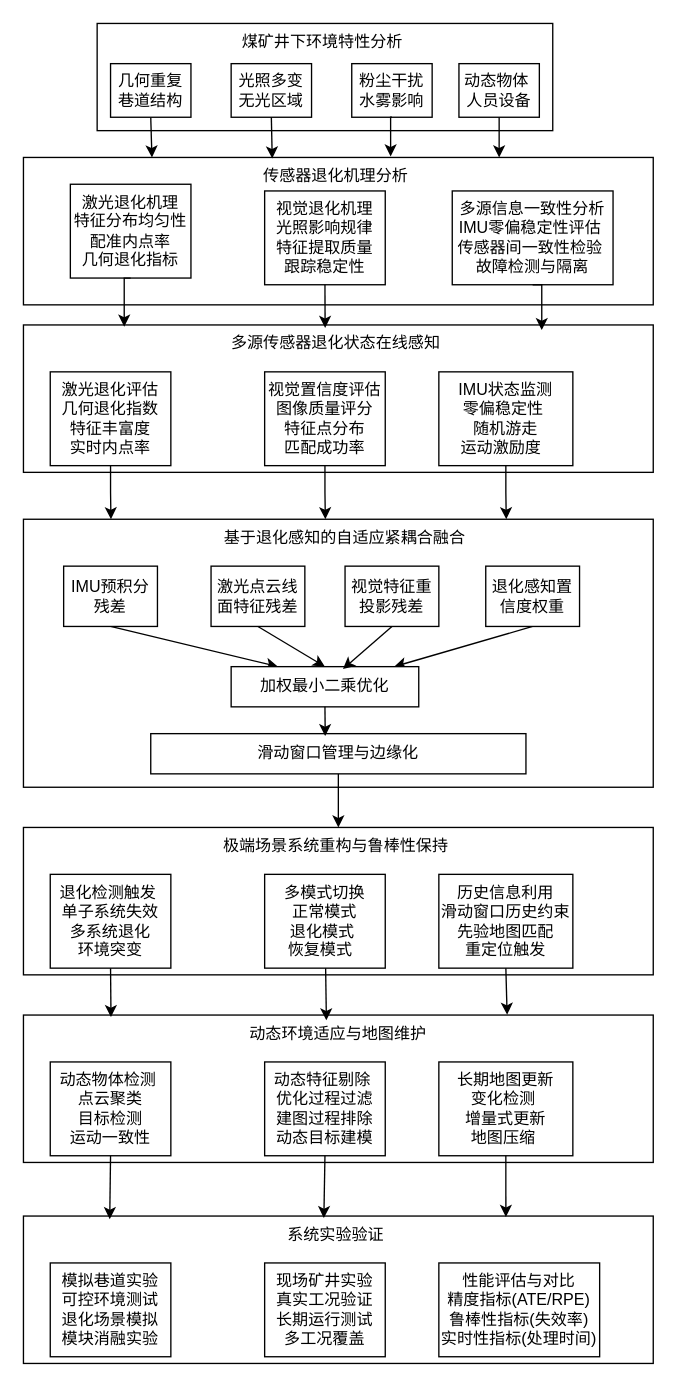
The draw.io diagram Untitled Diagram.drawio in rstallman/algs4, before the edit. Source tidied: cells renumbered, new cells numbered last; positions are measured from the earlier drawing's top-left corner, leaving out a move shared by most shapes. Both pictures are drawn from the tidied source at 134%, with x=0, y=0 at pixel (23, 23).
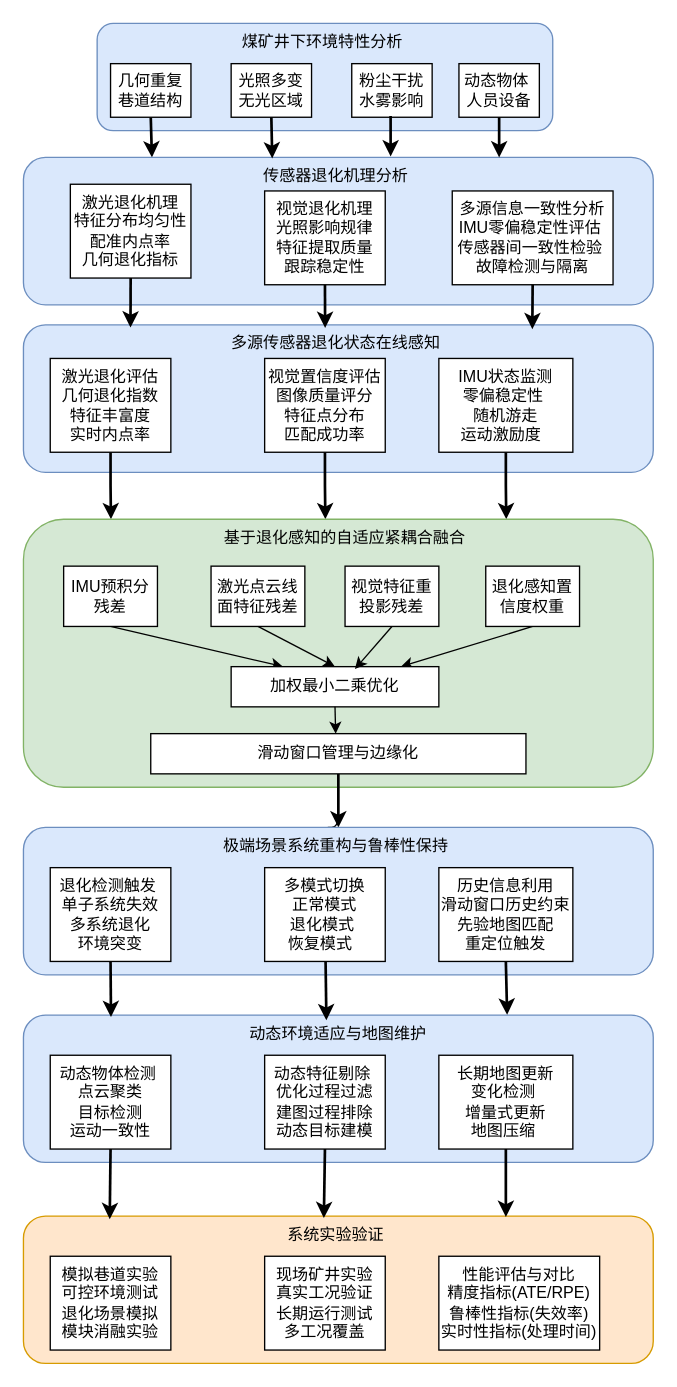
The same page after the edit.

Commit message:
fixed a typo, and adjust styles

The change refers to these unchanged cells:
```xml
<mxCell id="4" value="几何重复巷道结构" style="rounded=0;whiteSpace=wrap;html=1;" parent="1" vertex="1">
  <mxGeometry x="65" y="30" width="60" height="40" as="geometry" />
</mxCell>
<mxCell id="6" value="光照多变&lt;div&gt;无光区域&lt;/div&gt;" style="rounded=0;whiteSpace=wrap;html=1;" parent="1" vertex="1">
  <mxGeometry x="155" y="30" width="60" height="40" as="geometry" />
</mxCell>
<mxCell id="7" value="粉尘干扰&lt;div&gt;水雾影响&lt;/div&gt;" style="rounded=0;whiteSpace=wrap;html=1;" parent="1" vertex="1">
  <mxGeometry x="245" y="30" width="60" height="40" as="geometry" />
</mxCell>
<mxCell id="8" value="动态物体&amp;nbsp;&lt;div&gt;人员设备&lt;/div&gt;" style="rounded=0;whiteSpace=wrap;html=1;" parent="1" vertex="1">
  <mxGeometry x="325" y="30" width="60" height="40" as="geometry" />
</mxCell>
<mxCell id="10" value="激光退化机理&lt;div&gt;特征分布均匀性&lt;/div&gt;&lt;div&gt;配准内点率&lt;/div&gt;&lt;div&gt;几何退化指标&lt;/div&gt;" style="rounded=0;whiteSpace=wrap;html=1;" parent="1" vertex="1">
  <mxGeometry x="35" y="120" width="90" height="70" as="geometry" />
</mxCell>
<mxCell id="11" value="视觉退化机理&lt;div&gt;光照影响规律&lt;/div&gt;&lt;div&gt;特征提取质量&lt;/div&gt;&lt;div&gt;跟踪稳定性&lt;/div&gt;" style="rounded=0;whiteSpace=wrap;html=1;" parent="1" vertex="1">
  <mxGeometry x="180" y="125" width="90" height="70" as="geometry" />
</mxCell>
<mxCell id="12" value="多源信息一致性分析&lt;div&gt;IMU零偏稳定性评估&amp;nbsp;&lt;/div&gt;&lt;div&gt;传感器间一致性检验&amp;nbsp;&lt;/div&gt;&lt;div&gt;故障检测与隔离&lt;/div&gt;" style="rounded=0;whiteSpace=wrap;html=1;" parent="1" vertex="1">
  <mxGeometry x="320" y="125" width="120" height="70" as="geometry" />
</mxCell>
<mxCell id="36" value="滑动窗口管理与边缘化" style="rounded=0;whiteSpace=wrap;html=1;" parent="1" vertex="1">
  <mxGeometry x="95" y="530" width="280" height="30" as="geometry" />
</mxCell>
```

What changed in the source:
```diff
@@
-    <mxCell id="2" value="煤矿井下环境特性分析&amp;nbsp;&lt;div&gt;&amp;nbsp;&lt;/div&gt;" style="rounded=15;whiteSpace=wrap;html=1;verticalAlign=top;" parent="1" vertex="1">
+    <mxCell id="2" value="煤矿井下环境特性分析&amp;nbsp;&lt;div&gt;&amp;nbsp;&lt;/div&gt;" style="rounded=1;whiteSpace=wrap;html=1;verticalAlign=top;fillColor=#dae8fc;strokeColor=#6c8ebf;" parent="1" vertex="1">
       <mxGeometry x="55" width="340" height="80" as="geometry" />
     </mxCell>
-    <mxCell id="3" style="edgeStyle=orthogonalEdgeStyle;rounded=0;jettySize=auto;html=1;exitX=0.5;exitY=1;exitDx=0;exitDy=0;entryX=0.204;entryY=0;entryDx=0;entryDy=0;entryPerimeter=0;" parent="1" edge="1" source="4" target="9">
+    <mxCell id="3" style="edgeStyle=orthogonalEdgeStyle;rounded=0;jettySize=auto;html=1;exitX=0.5;exitY=1;exitDx=0;exitDy=0;entryX=0.204;entryY=0;entryDx=0;entryDy=0;entryPerimeter=0;strokeWidth=2;" parent="1" edge="1" source="4" target="9">
       <mxGeometry relative="1" as="geometry" />
     </mxCell>
@@
-    <mxCell id="9" value="传感器退化机理分析&amp;nbsp;&lt;div&gt;&amp;nbsp;&lt;/div&gt;" style="rounded=50;whiteSpace=wrap;html=1;verticalAlign=top;" parent="1" vertex="1">
+    <mxCell id="9" value="传感器退化机理分析&amp;nbsp;&lt;div&gt;&amp;nbsp;&lt;/div&gt;" style="rounded=1;whiteSpace=wrap;html=1;verticalAlign=top;fillColor=#dae8fc;strokeColor=#6c8ebf;" parent="1" vertex="1">
       <mxGeometry y="100" width="470" height="110" as="geometry" />
     </mxCell>
@@
-    <mxCell id="13" style="edgeStyle=orthogonalEdgeStyle;rounded=0;jettySize=auto;html=1;exitX=0.5;exitY=1;exitDx=0;exitDy=0;entryX=0.395;entryY=0.007;entryDx=0;entryDy=0;entryPerimeter=0;" parent="1" edge="1" source="6" target="9">
+    <mxCell id="13" style="edgeStyle=orthogonalEdgeStyle;rounded=0;jettySize=auto;html=1;exitX=0.5;exitY=1;exitDx=0;exitDy=0;entryX=0.395;entryY=0.007;entryDx=0;entryDy=0;entryPerimeter=0;strokeWidth=2;" parent="1" edge="1" source="6" target="9">
       <mxGeometry relative="1" as="geometry" />
     </mxCell>
-    <mxCell id="14" style="edgeStyle=orthogonalEdgeStyle;rounded=0;jettySize=auto;html=1;exitX=0.5;exitY=1;exitDx=0;exitDy=0;entryX=0.583;entryY=-0.007;entryDx=0;entryDy=0;entryPerimeter=0;" parent="1" edge="1" source="7" target="9">
+    <mxCell id="14" style="edgeStyle=orthogonalEdgeStyle;rounded=0;jettySize=auto;html=1;exitX=0.5;exitY=1;exitDx=0;exitDy=0;entryX=0.583;entryY=-0.007;entryDx=0;entryDy=0;entryPerimeter=0;strokeWidth=2;" parent="1" edge="1" source="7" target="9">
       <mxGeometry relative="1" as="geometry" />
     </mxCell>
-    <mxCell id="15" style="edgeStyle=orthogonalEdgeStyle;rounded=0;jettySize=auto;html=1;exitX=0.5;exitY=1;exitDx=0;exitDy=0;" parent="1" edge="1" source="8">
+    <mxCell id="15" style="edgeStyle=orthogonalEdgeStyle;rounded=0;jettySize=auto;html=1;exitX=0.5;exitY=1;exitDx=0;exitDy=0;strokeWidth=2;" parent="1" edge="1" source="8">
       <mxGeometry relative="1" as="geometry">
         <mxPoint x="355" y="100" as="targetPoint" />
       </mxGeometry>
     </mxCell>
-    <mxCell id="16" value="多源传感器退化状态在线感知&amp;nbsp;" style="rounded=0;whiteSpace=wrap;html=1;verticalAlign=top;" parent="1" vertex="1">
+    <mxCell id="16" value="多源传感器退化状态在线感知&amp;nbsp;" style="rounded=1;whiteSpace=wrap;html=1;verticalAlign=top;fillColor=#dae8fc;strokeColor=#6c8ebf;" parent="1" vertex="1">
       <mxGeometry y="225" width="470" height="110" as="geometry" />
     </mxCell>
-    <mxCell id="17" style="edgeStyle=orthogonalEdgeStyle;rounded=0;jettySize=auto;html=1;exitX=0.5;exitY=1;exitDx=0;exitDy=0;" parent="1" edge="1" source="18">
+    <mxCell id="17" style="edgeStyle=orthogonalEdgeStyle;rounded=0;jettySize=auto;html=1;exitX=0.5;exitY=1;exitDx=0;exitDy=0;strokeWidth=2;" parent="1" edge="1" source="18">
       <mxGeometry relative="1" as="geometry">
         <mxPoint x="65.3" y="370" as="targetPoint" />
       </mxGeometry>
     </mxCell>
     <mxCell id="18" value="激光退化评估&lt;div&gt;几何退化指数&lt;/div&gt;&lt;div&gt;特征丰富度&lt;/div&gt;&lt;div&gt;实时内点率&lt;/div&gt;" style="rounded=0;whiteSpace=wrap;html=1;" parent="1" vertex="1">
-      <mxGeometry x="20" y="260" width="90" height="70" as="geometry" />
+      <mxGeometry x="20" y="250" width="90" height="70" as="geometry" />
     </mxCell>
-    <mxCell id="19" style="edgeStyle=orthogonalEdgeStyle;rounded=0;jettySize=auto;html=1;exitX=0.5;exitY=1;exitDx=0;exitDy=0;" parent="1" edge="1" source="20">
+    <mxCell id="19" style="edgeStyle=orthogonalEdgeStyle;rounded=0;jettySize=auto;html=1;exitX=0.5;exitY=1;exitDx=0;exitDy=0;strokeWidth=2;" parent="1" edge="1" source="20">
       <mxGeometry relative="1" as="geometry">
         <mxPoint x="225.3" y="370" as="targetPoint" />
       </mxGeometry>
     </mxCell>
     <mxCell id="20" value="视觉置信度评估&lt;div&gt;图像质量评分&lt;/div&gt;&lt;div&gt;特征点分布&lt;/div&gt;&lt;div&gt;匹配成功率&lt;/div&gt;" style="rounded=0;whiteSpace=wrap;html=1;" parent="1" vertex="1">
-      <mxGeometry x="180" y="260" width="90" height="70" as="geometry" />
+      <mxGeometry x="180" y="250" width="90" height="70" as="geometry" />
     </mxCell>
-    <mxCell id="21" style="edgeStyle=orthogonalEdgeStyle;rounded=0;jettySize=auto;html=1;exitX=0.5;exitY=1;exitDx=0;exitDy=0;" parent="1" edge="1" source="22">
+    <mxCell id="21" style="edgeStyle=orthogonalEdgeStyle;rounded=0;jettySize=auto;html=1;exitX=0.5;exitY=1;exitDx=0;exitDy=0;strokeWidth=2;" parent="1" edge="1" source="22">
       <mxGeometry relative="1" as="geometry">
         <mxPoint x="360.3" y="370" as="targetPoint" />
       </mxGeometry>
     </mxCell>
     <mxCell id="22" value="IMU状态监测&lt;div&gt;零偏稳定性&amp;nbsp;&lt;/div&gt;&lt;div&gt;随机游走&lt;/div&gt;&lt;div&gt;运动激励度&amp;nbsp;&amp;nbsp;&lt;/div&gt;" style="rounded=0;whiteSpace=wrap;html=1;" parent="1" vertex="1">
-      <mxGeometry x="310" y="260" width="100" height="70" as="geometry" />
+      <mxGeometry x="310" y="250" width="100" height="70" as="geometry" />
     </mxCell>
-    <mxCell id="23" style="edgeStyle=orthogonalEdgeStyle;rounded=0;jettySize=auto;html=1;exitX=0.5;exitY=1;exitDx=0;exitDy=0;entryX=0.16;entryY=0.012;entryDx=0;entryDy=0;entryPerimeter=0;" parent="1" edge="1" source="10" target="16">
-      <mxGeometry relative="1" as="geometry" />
-    </mxCell>
-    <mxCell id="24" style="edgeStyle=orthogonalEdgeStyle;rounded=0;jettySize=auto;html=1;exitX=0.5;exitY=1;exitDx=0;exitDy=0;entryX=0.479;entryY=0.02;entryDx=0;entryDy=0;entryPerimeter=0;" parent="1" edge="1" source="11" target="16">
+    <mxCell id="24" style="edgeStyle=orthogonalEdgeStyle;rounded=0;jettySize=auto;html=1;exitX=0.5;exitY=1;exitDx=0;exitDy=0;entryX=0.479;entryY=0.02;entryDx=0;entryDy=0;entryPerimeter=0;strokeWidth=2;" parent="1" edge="1" source="11" target="16">
       <mxGeometry relative="1" as="geometry" />
     </mxCell>
-    <mxCell id="25" style="edgeStyle=orthogonalEdgeStyle;rounded=0;jettySize=auto;html=1;exitX=0.5;exitY=1;exitDx=0;exitDy=0;entryX=0.823;entryY=0.035;entryDx=0;entryDy=0;entryPerimeter=0;" parent="1" edge="1" source="12" target="16">
-      <mxGeometry relative="1" as="geometry" />
-    </mxCell>
+    <mxCell id="57" style="edgeStyle=orthogonalEdgeStyle;rounded=1;jettySize=auto;html=1;" parent="1" edge="1" source="26" target="41">
+      <mxGeometry relative="1" as="geometry" />
+    </mxCell>
-    <mxCell id="26" value="&amp;nbsp; &amp;nbsp; &amp;nbsp;基于退化感知的自适应紧耦合融合&amp;nbsp;&amp;nbsp;" style="rounded=0;whiteSpace=wrap;html=1;verticalAlign=top;" parent="1" vertex="1">
+    <mxCell id="26" value="&amp;nbsp; &amp;nbsp; &amp;nbsp;基于退化感知的自适应紧耦合融合&amp;nbsp;&amp;nbsp;" style="rounded=1;whiteSpace=wrap;html=1;verticalAlign=top;fillColor=#d5e8d4;strokeColor=#82b366;" parent="1" vertex="1">
       <mxGeometry y="370" width="470" height="200" as="geometry" />
     </mxCell>
@@
     <mxCell id="34" value="加权最小二乘优化" style="rounded=0;whiteSpace=wrap;html=1;" parent="1" vertex="1">
-      <mxGeometry x="155" y="480" width="140" height="30" as="geometry" />
+      <mxGeometry x="155" y="480" width="155" height="30" as="geometry" />
     </mxCell>
-    <mxCell id="35" style="edgeStyle=none;rounded=0;jettySize=auto;html=1;exitX=0.5;exitY=1;exitDx=0;exitDy=0;entryX=0.5;entryY=0;entryDx=0;entryDy=0;" parent="1" edge="1" source="36" target="39">
+    <mxCell id="35" style="edgeStyle=none;rounded=0;jettySize=auto;html=1;exitX=0.5;exitY=1;exitDx=0;exitDy=0;entryX=0.5;entryY=0;entryDx=0;entryDy=0;strokeWidth=2;" parent="1" edge="1" source="36" target="39">
       <mxGeometry relative="1" as="geometry" />
     </mxCell>
@@
-    <mxCell id="38" style="edgeStyle=none;rounded=0;jettySize=auto;html=1;exitX=0.5;exitY=1;exitDx=0;exitDy=0;entryX=0.465;entryY=0.061;entryDx=0;entryDy=0;entryPerimeter=0;" parent="1" edge="1" source="34" target="36">
-      <mxGeometry relative="1" as="geometry" />
-    </mxCell>
-    <mxCell id="39" value="极端场景系统重构与鲁棒性保持&amp;nbsp;" style="rounded=0;whiteSpace=wrap;html=1;verticalAlign=top;" parent="1" vertex="1">
+    <mxCell id="39" value="极端场景系统重构与鲁棒性保持&amp;nbsp;" style="rounded=1;whiteSpace=wrap;html=1;verticalAlign=top;fillColor=#dae8fc;strokeColor=#6c8ebf;" parent="1" vertex="1">
       <mxGeometry y="600" width="470" height="110" as="geometry" />
     </mxCell>
     <mxCell id="40" value="退化检测触发&amp;nbsp;&lt;div&gt;单子系统失效&lt;/div&gt;&lt;div&gt;多系统退化&lt;/div&gt;&lt;div&gt;环境突变&lt;/div&gt;" style="rounded=0;whiteSpace=wrap;html=1;" parent="1" vertex="1">
-      <mxGeometry x="20" y="635" width="90" height="70" as="geometry" />
+      <mxGeometry x="20" y="630" width="90" height="70" as="geometry" />
     </mxCell>
     <mxCell id="41" value="多模式切换&lt;div&gt;正常模式&lt;/div&gt;&lt;div&gt;退化模式&amp;nbsp;&lt;/div&gt;&lt;div&gt;恢复模式&amp;nbsp;&amp;nbsp;&lt;/div&gt;" style="rounded=0;whiteSpace=wrap;html=1;" parent="1" vertex="1">
-      <mxGeometry x="180" y="635" width="90" height="70" as="geometry" />
+      <mxGeometry x="180" y="630" width="90" height="70" as="geometry" />
     </mxCell>
     <mxCell id="42" value="历史信息利用&lt;div&gt;滑动窗口历史约束&lt;/div&gt;&lt;div&gt;先验地图匹配&lt;/div&gt;&lt;div&gt;重定位触发&lt;/div&gt;" style="rounded=0;whiteSpace=wrap;html=1;" parent="1" vertex="1">
-      <mxGeometry x="310" y="635" width="100" height="70" as="geometry" />
+      <mxGeometry x="310" y="630" width="100" height="70" as="geometry" />
     </mxCell>
-    <mxCell id="43" value="动态环境适应与地图维护" style="rounded=0;whiteSpace=wrap;html=1;verticalAlign=top;" parent="1" vertex="1">
+    <mxCell id="43" value="动态环境适应与地图维护" style="rounded=1;whiteSpace=wrap;html=1;verticalAlign=top;fillColor=#dae8fc;strokeColor=#6c8ebf;" parent="1" vertex="1">
       <mxGeometry y="740" width="470" height="110" as="geometry" />
     </mxCell>
     <mxCell id="44" value="动态物体检测&amp;nbsp;&lt;div&gt;点云聚类&lt;/div&gt;&lt;div&gt;目标检测&lt;/div&gt;&lt;div&gt;运动一致性&lt;/div&gt;" style="rounded=0;whiteSpace=wrap;html=1;" parent="1" vertex="1">
-      <mxGeometry x="20" y="775" width="90" height="70" as="geometry" />
+      <mxGeometry x="20" y="770" width="90" height="70" as="geometry" />
     </mxCell>
     <mxCell id="45" value="动态特征剔除&amp;nbsp;&lt;div&gt;优化过程过滤&lt;/div&gt;&lt;div&gt;建图过程排除&lt;/div&gt;&lt;div&gt;动态目标建模&lt;/div&gt;" style="rounded=0;whiteSpace=wrap;html=1;" parent="1" vertex="1">
-      <mxGeometry x="180" y="775" width="90" height="70" as="geometry" />
+      <mxGeometry x="180" y="770" width="90" height="70" as="geometry" />
     </mxCell>
     <mxCell id="46" value="长期地图更新&lt;div&gt;变化检测&amp;nbsp;&lt;/div&gt;&lt;div&gt;增量式更新&lt;/div&gt;&lt;div&gt;地图压缩&amp;nbsp;&lt;/div&gt;" style="rounded=0;whiteSpace=wrap;html=1;" parent="1" vertex="1">
-      <mxGeometry x="310" y="775" width="100" height="70" as="geometry" />
+      <mxGeometry x="310" y="770" width="100" height="70" as="geometry" />
     </mxCell>
-    <mxCell id="47" value="系统实验验证&amp;nbsp;" style="rounded=0;whiteSpace=wrap;html=1;verticalAlign=top;" parent="1" vertex="1">
+    <mxCell id="47" value="系统实验验证&amp;nbsp;" style="rounded=1;whiteSpace=wrap;html=1;verticalAlign=top;fillColor=#ffe6cc;strokeColor=#d79b00;" parent="1" vertex="1">
       <mxGeometry y="890" width="470" height="110" as="geometry" />
     </mxCell>
     <mxCell id="48" value="模拟巷道实验&lt;div&gt;可控环境测试&lt;/div&gt;&lt;div&gt;退化场景模拟&lt;/div&gt;&lt;div&gt;模块消融实验&lt;/div&gt;" style="rounded=0;whiteSpace=wrap;html=1;" parent="1" vertex="1">
-      <mxGeometry x="20" y="925" width="90" height="70" as="geometry" />
+      <mxGeometry x="20" y="920" width="90" height="70" as="geometry" />
     </mxCell>
     <mxCell id="49" value="现场矿井实验&lt;div&gt;真实工况验证&lt;/div&gt;&lt;div&gt;长期运行测试&lt;/div&gt;&lt;div&gt;多工况覆盖&lt;/div&gt;" style="rounded=0;whiteSpace=wrap;html=1;" parent="1" vertex="1">
-      <mxGeometry x="180" y="925" width="90" height="70" as="geometry" />
+      <mxGeometry x="180" y="920" width="90" height="70" as="geometry" />
     </mxCell>
     <mxCell id="50" value="性能评估与对比&lt;div&gt;精度指标(ATE/RPE)&lt;/div&gt;&lt;div&gt;鲁棒性指标(失效率)&lt;/div&gt;&lt;div&gt;实时性指标(处理时间)&lt;/div&gt;" style="rounded=0;whiteSpace=wrap;html=1;" parent="1" vertex="1">
-      <mxGeometry x="310" y="925" width="120" height="70" as="geometry" />
+      <mxGeometry x="310" y="920" width="120" height="70" as="geometry" />
     </mxCell>
-    <mxCell id="51" style="edgeStyle=none;rounded=0;jettySize=auto;html=1;entryX=0.481;entryY=0.036;entryDx=0;entryDy=0;entryPerimeter=0;" parent="1" edge="1" source="41" target="43">
+    <mxCell id="51" style="edgeStyle=none;rounded=0;jettySize=auto;html=1;entryX=0.481;entryY=0.036;entryDx=0;entryDy=0;entryPerimeter=0;strokeWidth=2;" parent="1" edge="1" source="41" target="43">
       <mxGeometry relative="1" as="geometry" />
     </mxCell>
-    <mxCell id="52" style="edgeStyle=none;rounded=0;jettySize=auto;html=1;exitX=0.5;exitY=1;exitDx=0;exitDy=0;entryX=0.139;entryY=0.014;entryDx=0;entryDy=0;entryPerimeter=0;" parent="1" edge="1" source="40" target="43">
+    <mxCell id="52" style="edgeStyle=none;rounded=0;jettySize=auto;html=1;exitX=0.5;exitY=1;exitDx=0;exitDy=0;entryX=0.139;entryY=0.014;entryDx=0;entryDy=0;entryPerimeter=0;strokeWidth=2;" parent="1" edge="1" source="40" target="43">
       <mxGeometry relative="1" as="geometry" />
     </mxCell>
-    <mxCell id="53" style="edgeStyle=none;rounded=0;jettySize=auto;html=1;exitX=0.5;exitY=1;exitDx=0;exitDy=0;entryX=0.768;entryY=-0.002;entryDx=0;entryDy=0;entryPerimeter=0;" parent="1" edge="1" source="42" target="43">
+    <mxCell id="53" style="edgeStyle=none;rounded=0;jettySize=auto;html=1;exitX=0.5;exitY=1;exitDx=0;exitDy=0;entryX=0.768;entryY=-0.002;entryDx=0;entryDy=0;entryPerimeter=0;strokeWidth=2;" parent="1" edge="1" source="42" target="43">
       <mxGeometry relative="1" as="geometry" />
     </mxCell>
-    <mxCell id="54" style="edgeStyle=none;rounded=0;jettySize=auto;html=1;exitX=0.5;exitY=1;exitDx=0;exitDy=0;entryX=0.137;entryY=0.021;entryDx=0;entryDy=0;entryPerimeter=0;" parent="1" edge="1" source="44" target="47">
+    <mxCell id="54" style="edgeStyle=none;rounded=0;jettySize=auto;html=1;exitX=0.5;exitY=1;exitDx=0;exitDy=0;entryX=0.137;entryY=0.021;entryDx=0;entryDy=0;entryPerimeter=0;strokeColor=#000000;fillColor=#000000;fillStyle=auto;strokeWidth=2;" parent="1" edge="1" source="44" target="47">
       <mxGeometry relative="1" as="geometry" />
     </mxCell>
-    <mxCell id="55" style="edgeStyle=none;rounded=0;jettySize=auto;html=1;exitX=0.5;exitY=1;exitDx=0;exitDy=0;entryX=0.477;entryY=0.014;entryDx=0;entryDy=0;entryPerimeter=0;" parent="1" edge="1" source="45" target="47">
+    <mxCell id="55" style="edgeStyle=none;rounded=0;jettySize=auto;html=1;exitX=0.5;exitY=1;exitDx=0;exitDy=0;entryX=0.477;entryY=0.014;entryDx=0;entryDy=0;entryPerimeter=0;strokeWidth=2;" parent="1" edge="1" source="45" target="47">
       <mxGeometry relative="1" as="geometry" />
     </mxCell>
-    <mxCell id="56" style="edgeStyle=none;rounded=0;jettySize=auto;html=1;exitX=0.5;exitY=1;exitDx=0;exitDy=0;entryX=0.766;entryY=0.006;entryDx=0;entryDy=0;entryPerimeter=0;" parent="1" edge="1" source="46" target="47">
+    <mxCell id="56" style="edgeStyle=none;rounded=0;jettySize=auto;html=1;exitX=0.5;exitY=1;exitDx=0;exitDy=0;entryX=0.766;entryY=0.006;entryDx=0;entryDy=0;entryPerimeter=0;strokeWidth=2;" parent="1" edge="1" source="46" target="47">
       <mxGeometry relative="1" as="geometry" />
     </mxCell>
+    <mxCell id="58" style="edgeStyle=orthogonalEdgeStyle;rounded=1;jettySize=auto;html=1;exitX=0.5;exitY=1;exitDx=0;exitDy=0;" parent="1" edge="1" source="34">
+      <mxGeometry relative="1" as="geometry">
+        <mxPoint x="233" y="530" as="targetPoint" />
+      </mxGeometry>
+    </mxCell>
+    <mxCell id="25" style="edgeStyle=orthogonalEdgeStyle;rounded=1;jettySize=auto;html=1;exitX=0.5;exitY=1;exitDx=0;exitDy=0;entryX=0.808;entryY=0.029;entryDx=0;entryDy=0;entryPerimeter=0;strokeWidth=2;" parent="1" edge="1" source="12" target="16">
+      <mxGeometry relative="1" as="geometry" />
+    </mxCell>
+    <mxCell id="23" style="edgeStyle=orthogonalEdgeStyle;rounded=1;jettySize=auto;html=1;exitX=0.5;exitY=1;exitDx=0;exitDy=0;entryX=0.17;entryY=0.018;entryDx=0;entryDy=0;entryPerimeter=0;strokeWidth=2;" parent="1" edge="1" source="10" target="16">
+      <mxGeometry relative="1" as="geometry" />
+    </mxCell>
```
